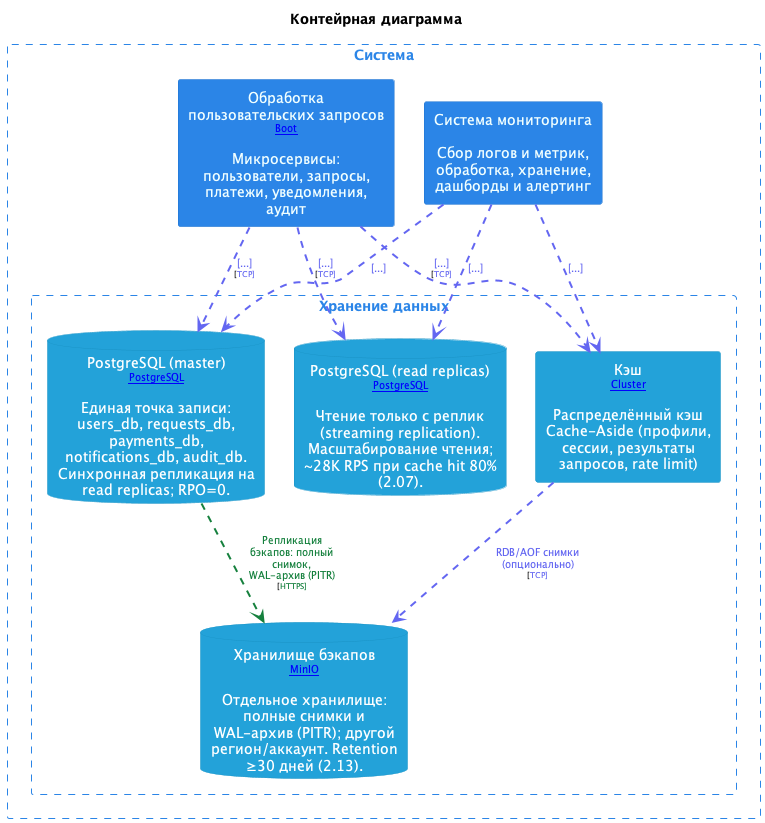
Before: doc/images/db_container.png, a diagram exported from PlantUML (shelepovg/system-design-homework).
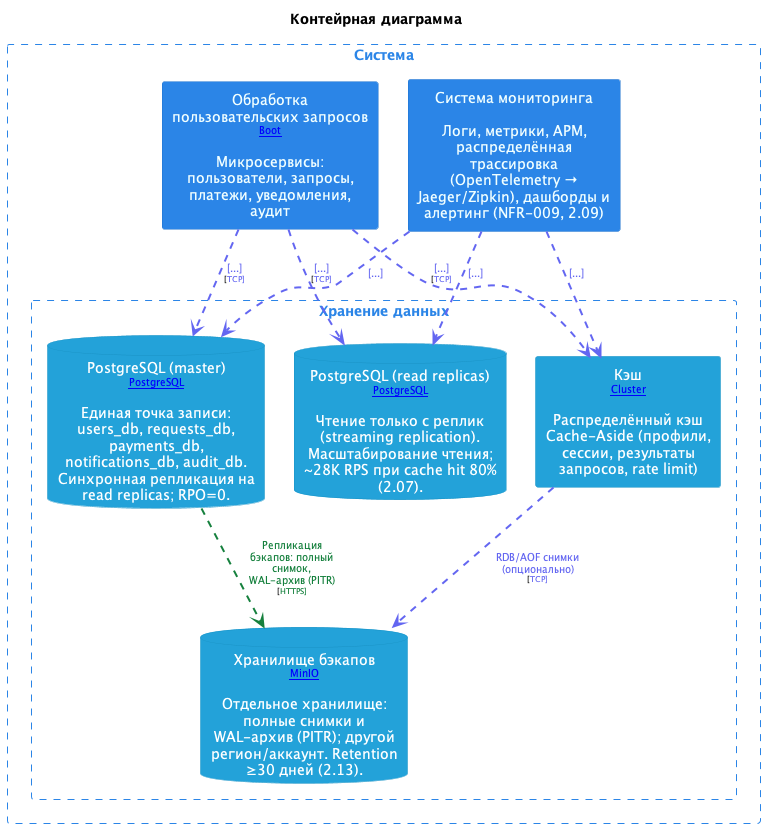
After the change.

Diff of the diagram source:
```diff
@@ -49,7 +49,7 @@
   skinparam RectangleBorderStyle<<System>> dashed
 
   rectangle "Обработка пользовательских запросов\n<size:10>[[Spring Boot]]</size>\n\nМикросервисы: пользователи, запросы, платежи, уведомления, аудит" <<SystemBackend>> as SystemBackend
-  rectangle "Система мониторинга\n\nСбор логов и метрик, обработка, хранение, дашборды и алертинг" <<SystemMonitoring>> as SystemMonitoring
+  rectangle "Система мониторинга\n\nЛоги, метрики, APM, распределённая трассировка (OpenTelemetry → Jaeger/Zipkin), дашборды и алертинг (NFR-009, 2.09)" <<SystemMonitoring>> as SystemMonitoring
   rectangle "Хранение данных" <<SystemStorage>> as SystemStorage {
     skinparam RectangleBorderColor<<SystemStorage>> #2b85e7
     skinparam RectangleFontColor<<SystemStorage>> #2b85e7
```
